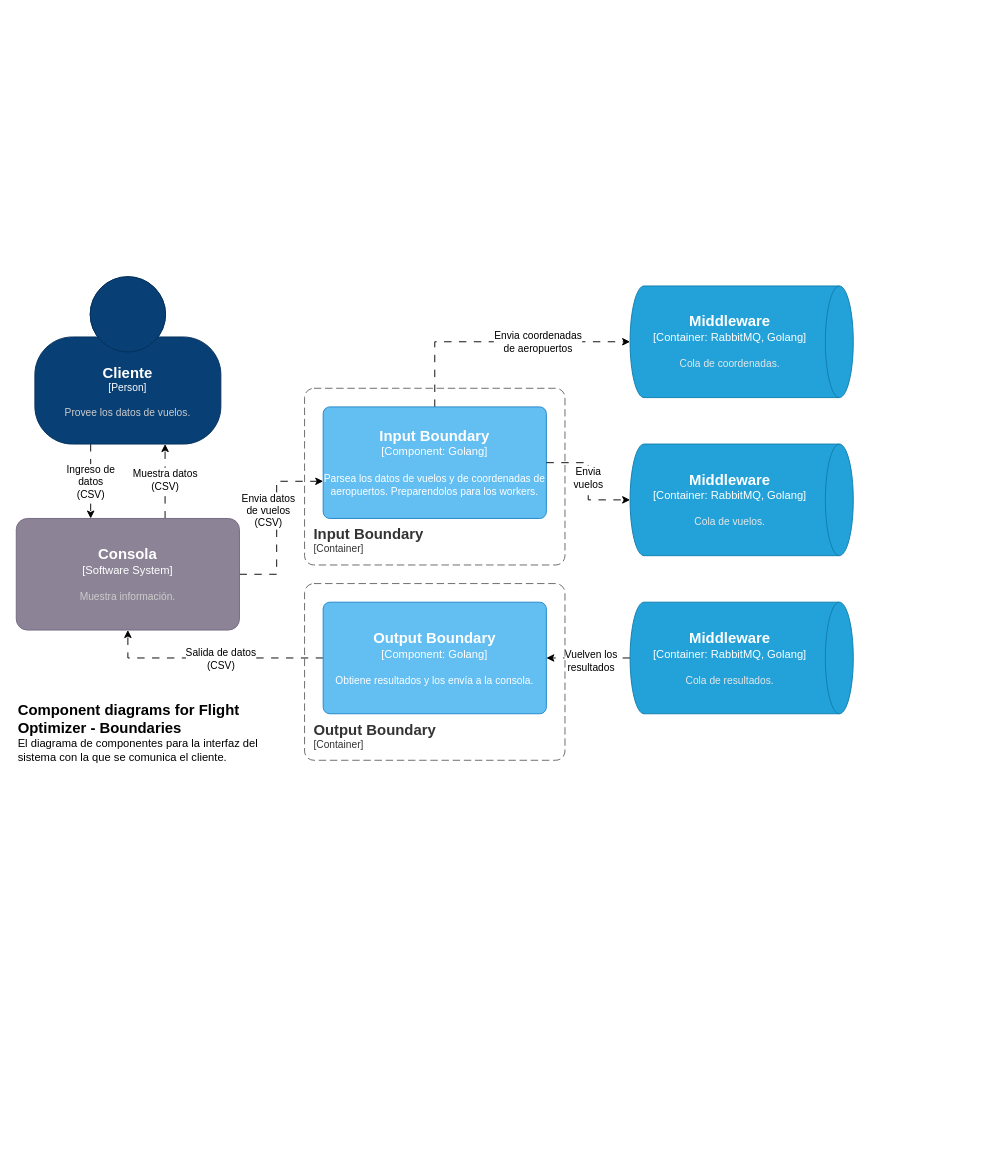
Earlier version of the draw.io diagram page "Capa3-Boundaries" (3 of 8) of docs/diagramas/C4model.drawio (FranciscoPereira987/tp1-distribuidos-grupo5). Source tidied: cells renumbered, new cells numbered last; positions are measured from the earlier drawing's top-left corner, leaving out a move shared by most shapes. Both pictures are drawn from the tidied source at 93%, with x=0, y=0 at pixel (16, 276).
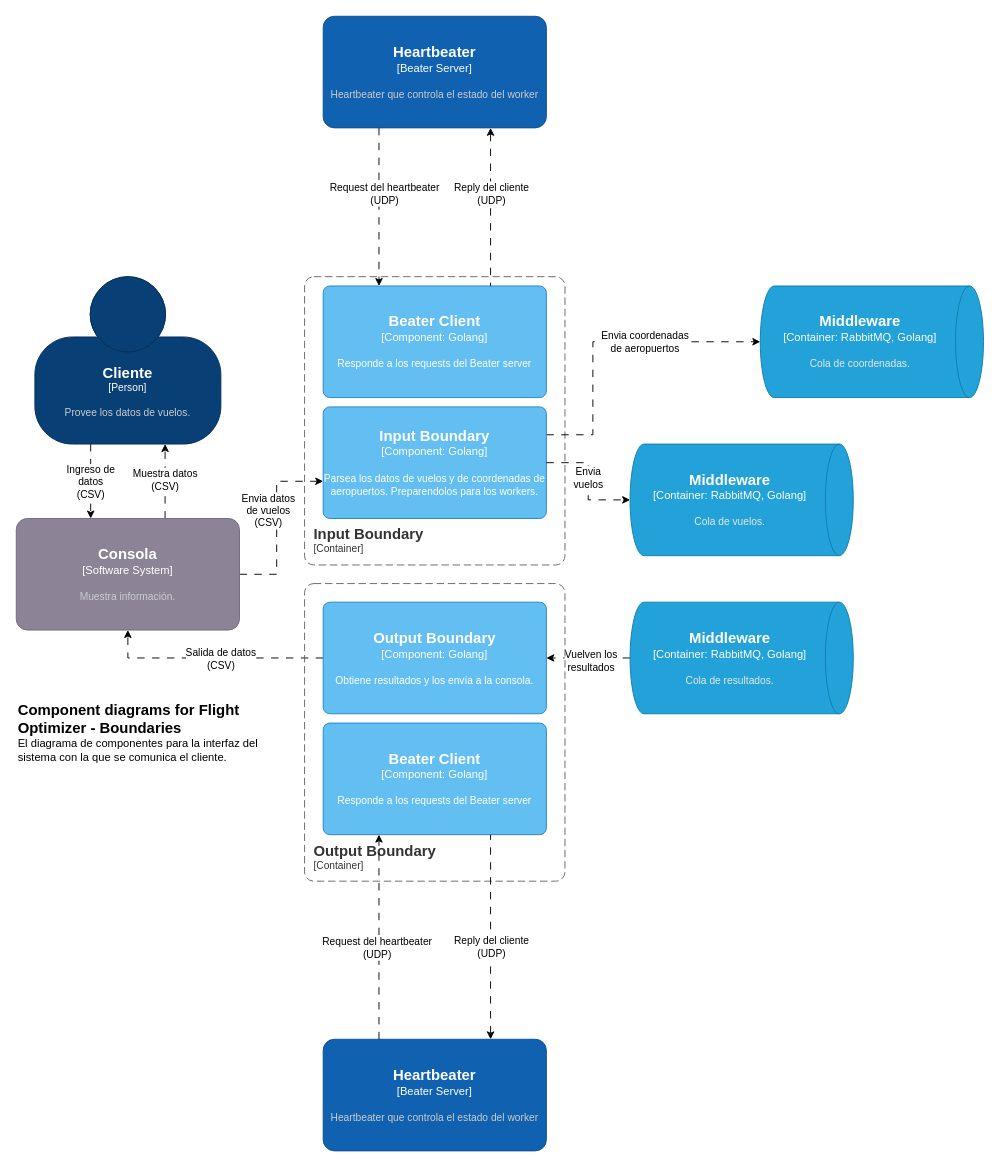
The same diagram, later.

Commit message (it also covers changes not shown here):
UPDATE: C4 diagrams, ADD: Heartbeater C4-Layer3 diagram and README_TF.md

Unchanged cells that the change refers to:
```xml
<object id="10" label="&lt;font style=&quot;font-size: 16px&quot;&gt;&lt;b&gt;%c4Name%&lt;/b&gt;&lt;/font&gt;&lt;div&gt;[%c4Type%: %c4Technology%]&lt;/div&gt;&lt;br&gt;&lt;div&gt;&lt;font style=&quot;font-size: 11px&quot;&gt;%c4Description%&lt;/font&gt;&lt;/div&gt;" c4Description="Parsea los datos de vuelos y de coordenadas de aeropuertos. Preparendolos para los workers." c4Name="Input Boundary" c4Technology="Golang" c4Type="Component" placeholders="1">
  <mxCell style="rounded=1;whiteSpace=wrap;html=1;labelBackgroundColor=none;fillColor=#63BEF2;fontColor=#ffffff;align=center;arcSize=6;strokeColor=#2086C9;points=[[0.25,0,0],[0.5,0,0],[0.75,0,0],[1,0.25,0],[1,0.5,0],[1,0.75,0],[0.75,1,0],[0.5,1,0],[0.25,1,0],[0,0.75,0],[0,0.5,0],[0,0.25,0]];" parent="1" vertex="1">
    <mxGeometry x="330" y="140" width="240" height="120" as="geometry" />
  </mxCell>
</object>
```

What changed in the source:
```diff
@@
     <object id="2" label="&lt;font style=&quot;font-size: 16px&quot;&gt;&lt;b&gt;&lt;div style=&quot;text-align: left&quot;&gt;%c4Name%&lt;/div&gt;&lt;/b&gt;&lt;/font&gt;&lt;div style=&quot;text-align: left&quot;&gt;[%c4Application%]&lt;/div&gt;" c4Application="Container" c4Name="Input Boundary" placeholders="1">
       <mxCell style="rounded=1;fontSize=11;whiteSpace=wrap;html=1;dashed=1;arcSize=20;fillColor=none;strokeColor=#666666;fontColor=#333333;labelBackgroundColor=none;align=left;verticalAlign=bottom;labelBorderColor=none;spacingTop=0;spacing=10;dashPattern=8 4;perimeter=rectanglePerimeter;noLabel=0;labelPadding=0;absoluteArcSize=1;" parent="1" vertex="1">
-        <mxGeometry x="310" y="120" width="280" height="190" as="geometry" />
+        <mxGeometry x="310" width="280" height="310" as="geometry" />
       </mxCell>
     </object>
@@
-    <mxCell id="6" style="edgeStyle=orthogonalEdgeStyle;rounded=0;jettySize=auto;html=1;dashed=1;dashPattern=8 8;" parent="1" edge="1" source="10" target="17">
+    <mxCell id="6" style="edgeStyle=orthogonalEdgeStyle;rounded=0;jettySize=auto;html=1;dashed=1;dashPattern=8 8;exitX=1;exitY=0.25;exitDx=0;exitDy=0;exitPerimeter=0;" parent="1" edge="1" source="10" target="17">
       <mxGeometry relative="1" as="geometry">
         <Array as="points">
-          <mxPoint x="450" y="70" />
+          <mxPoint x="620" y="170" />
+          <mxPoint x="620" y="70" />
         </Array>
       </mxGeometry>
     </mxCell>
@@
     <object id="17" label="&lt;font style=&quot;font-size: 16px&quot;&gt;&lt;b&gt;%c4Type%&lt;/b&gt;&lt;/font&gt;&lt;div&gt;[%c4Container%:&amp;nbsp;%c4Technology%]&lt;/div&gt;&lt;br&gt;&lt;div&gt;&lt;font style=&quot;font-size: 11px&quot;&gt;&lt;font color=&quot;#E6E6E6&quot;&gt;%c4Description%&lt;/font&gt;&lt;/div&gt;" c4Container="Container" c4Description="Cola de coordenadas." c4Technology="RabbitMQ, Golang" c4Type="Middleware" placeholders="1">
       <mxCell style="shape=cylinder3;size=15;direction=south;whiteSpace=wrap;html=1;boundedLbl=1;rounded=0;labelBackgroundColor=none;fillColor=#23A2D9;fontSize=12;fontColor=#ffffff;align=center;strokeColor=#0E7DAD;points=[[0.5,0,0],[1,0.25,0],[1,0.5,0],[1,0.75,0],[0.5,1,0],[0,0.75,0],[0,0.5,0],[0,0.25,0]];" parent="1" vertex="1">
-        <mxGeometry x="660" y="10" width="240" height="120" as="geometry" />
+        <mxGeometry x="800" y="10" width="240" height="120" as="geometry" />
       </mxCell>
     </object>
@@
     <object id="25" label="&lt;font style=&quot;font-size: 16px&quot;&gt;&lt;b&gt;&lt;div style=&quot;text-align: left&quot;&gt;%c4Name%&lt;/div&gt;&lt;/b&gt;&lt;/font&gt;&lt;div style=&quot;text-align: left&quot;&gt;[%c4Application%]&lt;/div&gt;" c4Application="Container" c4Name="Output Boundary" placeholders="1">
       <mxCell style="rounded=1;fontSize=11;whiteSpace=wrap;html=1;dashed=1;arcSize=20;fillColor=none;strokeColor=#666666;fontColor=#333333;labelBackgroundColor=none;align=left;verticalAlign=bottom;labelBorderColor=none;spacingTop=0;spacing=10;dashPattern=8 4;perimeter=rectanglePerimeter;noLabel=0;labelPadding=0;absoluteArcSize=1;" parent="1" vertex="1">
-        <mxGeometry x="310" y="330" width="280" height="190" as="geometry" />
+        <mxGeometry x="310" y="330" width="280" height="320" as="geometry" />
       </mxCell>
     </object>
+    <object id="26" label="&lt;font style=&quot;font-size: 16px&quot;&gt;&lt;b&gt;%c4Name%&lt;/b&gt;&lt;/font&gt;&lt;div&gt;[%c4Type%: %c4Technology%]&lt;/div&gt;&lt;br&gt;&lt;div&gt;&lt;font style=&quot;font-size: 11px&quot;&gt;%c4Description%&lt;/font&gt;&lt;/div&gt;" c4Description="Responde a los requests del Beater server" c4Name="Beater Client" c4Technology="Golang" c4Type="Component" placeholders="1">
+      <mxCell style="rounded=1;whiteSpace=wrap;html=1;labelBackgroundColor=none;fillColor=#63BEF2;fontColor=#ffffff;align=center;arcSize=6;strokeColor=#2086C9;points=[[0.25,0,0],[0.5,0,0],[0.75,0,0],[1,0.25,0],[1,0.5,0],[1,0.75,0],[0.75,1,0],[0.5,1,0],[0.25,1,0],[0,0.75,0],[0,0.5,0],[0,0.25,0]];" parent="1" vertex="1">
+        <mxGeometry x="330" y="10" width="240" height="120" as="geometry" />
+      </mxCell>
+    </object>
+    <object id="27" label="&lt;font style=&quot;font-size: 16px&quot;&gt;&lt;b&gt;%c4Name%&lt;/b&gt;&lt;/font&gt;&lt;div&gt;[%c4Type%]&lt;/div&gt;&lt;br&gt;&lt;div&gt;&lt;font style=&quot;font-size: 11px&quot;&gt;&lt;font color=&quot;#cccccc&quot;&gt;%c4Description%&lt;/font&gt;&lt;/div&gt;" c4Description="Heartbeater que controla el estado del worker" c4Name="Heartbeater" c4Type="Beater Server" placeholders="1">
+      <mxCell style="rounded=1;whiteSpace=wrap;html=1;labelBackgroundColor=none;fillColor=#1061B0;fontColor=#ffffff;align=center;arcSize=10;strokeColor=#0D5091;points=[[0.25,0,0],[0.5,0,0],[0.75,0,0],[1,0.25,0],[1,0.5,0],[1,0.75,0],[0.75,1,0],[0.5,1,0],[0.25,1,0],[0,0.75,0],[0,0.5,0],[0,0.25,0]];" parent="1" vertex="1">
+        <mxGeometry x="330" y="-280" width="240" height="120" as="geometry" />
+      </mxCell>
+    </object>
+    <mxCell id="28" style="edgeStyle=orthogonalEdgeStyle;rounded=0;jettySize=auto;html=1;dashed=1;dashPattern=8 8;exitX=0.25;exitY=1;exitDx=0;exitDy=0;exitPerimeter=0;entryX=0.25;entryY=0;entryDx=0;entryDy=0;entryPerimeter=0;" parent="1" edge="1" source="27" target="26">
+      <mxGeometry relative="1" as="geometry" />
+    </mxCell>
+    <mxCell id="29" style="edgeStyle=orthogonalEdgeStyle;rounded=0;jettySize=auto;html=1;dashed=1;dashPattern=8 8;entryX=0.75;entryY=0;entryDx=0;entryDy=0;entryPerimeter=0;startArrow=classic;startFill=1;endArrow=none;endFill=0;exitX=0.75;exitY=1;exitDx=0;exitDy=0;exitPerimeter=0;" parent="1" edge="1" source="27" target="26">
+      <mxGeometry relative="1" as="geometry" />
+    </mxCell>
+    <mxCell id="30" value="&lt;div&gt;Reply del cliente&lt;/div&gt;&lt;div&gt;(UDP)&lt;br&gt;&lt;/div&gt;" style="edgeLabel;html=1;align=center;verticalAlign=middle;" parent="1" vertex="1">
+      <mxGeometry x="510" y="-90" as="geometry" />
+    </mxCell>
+    <mxCell id="31" value="&lt;div&gt;Request del heartbeater&lt;br&gt;&lt;/div&gt;&lt;div&gt;(UDP)&lt;br&gt;&lt;/div&gt;" style="edgeLabel;html=1;align=center;verticalAlign=middle;" parent="1" vertex="1">
+      <mxGeometry x="395" y="-90" as="geometry" />
+    </mxCell>
+    <object id="32" label="&lt;font style=&quot;font-size: 16px&quot;&gt;&lt;b&gt;%c4Name%&lt;/b&gt;&lt;/font&gt;&lt;div&gt;[%c4Type%: %c4Technology%]&lt;/div&gt;&lt;br&gt;&lt;div&gt;&lt;font style=&quot;font-size: 11px&quot;&gt;%c4Description%&lt;/font&gt;&lt;/div&gt;" c4Description="Responde a los requests del Beater server" c4Name="Beater Client" c4Technology="Golang" c4Type="Component" placeholders="1">
+      <mxCell style="rounded=1;whiteSpace=wrap;html=1;labelBackgroundColor=none;fillColor=#63BEF2;fontColor=#ffffff;align=center;arcSize=6;strokeColor=#2086C9;points=[[0.25,0,0],[0.5,0,0],[0.75,0,0],[1,0.25,0],[1,0.5,0],[1,0.75,0],[0.75,1,0],[0.5,1,0],[0.25,1,0],[0,0.75,0],[0,0.5,0],[0,0.25,0]];" parent="1" vertex="1">
+        <mxGeometry x="330" y="480" width="240" height="120" as="geometry" />
+      </mxCell>
+    </object>
+    <object id="33" label="&lt;font style=&quot;font-size: 16px&quot;&gt;&lt;b&gt;%c4Name%&lt;/b&gt;&lt;/font&gt;&lt;div&gt;[%c4Type%]&lt;/div&gt;&lt;br&gt;&lt;div&gt;&lt;font style=&quot;font-size: 11px&quot;&gt;&lt;font color=&quot;#cccccc&quot;&gt;%c4Description%&lt;/font&gt;&lt;/div&gt;" c4Description="Heartbeater que controla el estado del worker" c4Name="Heartbeater" c4Type="Beater Server" placeholders="1">
+      <mxCell style="rounded=1;whiteSpace=wrap;html=1;labelBackgroundColor=none;fillColor=#1061B0;fontColor=#ffffff;align=center;arcSize=10;strokeColor=#0D5091;points=[[0.25,0,0],[0.5,0,0],[0.75,0,0],[1,0.25,0],[1,0.5,0],[1,0.75,0],[0.75,1,0],[0.5,1,0],[0.25,1,0],[0,0.75,0],[0,0.5,0],[0,0.25,0]];" parent="1" vertex="1">
+        <mxGeometry x="330" y="820" width="240" height="120" as="geometry" />
+      </mxCell>
+    </object>
+    <mxCell id="34" style="edgeStyle=orthogonalEdgeStyle;rounded=0;jettySize=auto;html=1;dashed=1;dashPattern=8 8;exitX=0.25;exitY=0;exitDx=0;exitDy=0;exitPerimeter=0;entryX=0.25;entryY=1;entryDx=0;entryDy=0;entryPerimeter=0;" parent="1" edge="1" source="33" target="32">
+      <mxGeometry relative="1" as="geometry" />
+    </mxCell>
+    <mxCell id="35" style="edgeStyle=orthogonalEdgeStyle;rounded=0;jettySize=auto;html=1;dashed=1;dashPattern=8 8;entryX=0.75;entryY=1;entryDx=0;entryDy=0;entryPerimeter=0;startArrow=classic;startFill=1;endArrow=none;endFill=0;exitX=0.75;exitY=0;exitDx=0;exitDy=0;exitPerimeter=0;" parent="1" edge="1" source="33" target="32">
+      <mxGeometry relative="1" as="geometry" />
+    </mxCell>
+    <mxCell id="36" value="&lt;div&gt;Reply del cliente&lt;/div&gt;&lt;div&gt;(UDP)&lt;br&gt;&lt;/div&gt;" style="edgeLabel;html=1;align=center;verticalAlign=middle;" parent="1" vertex="1">
+      <mxGeometry x="510" y="720" as="geometry" />
+    </mxCell>
+    <mxCell id="37" value="&lt;div&gt;Request del heartbeater&lt;br&gt;&lt;/div&gt;&lt;div&gt;(UDP)&lt;br&gt;&lt;/div&gt;" style="edgeLabel;html=1;align=center;verticalAlign=middle;" parent="1" vertex="1">
+      <mxGeometry x="425" y="680" as="geometry">
+        <mxPoint x="-38" y="41" as="offset" />
+      </mxGeometry>
+    </mxCell>
```
